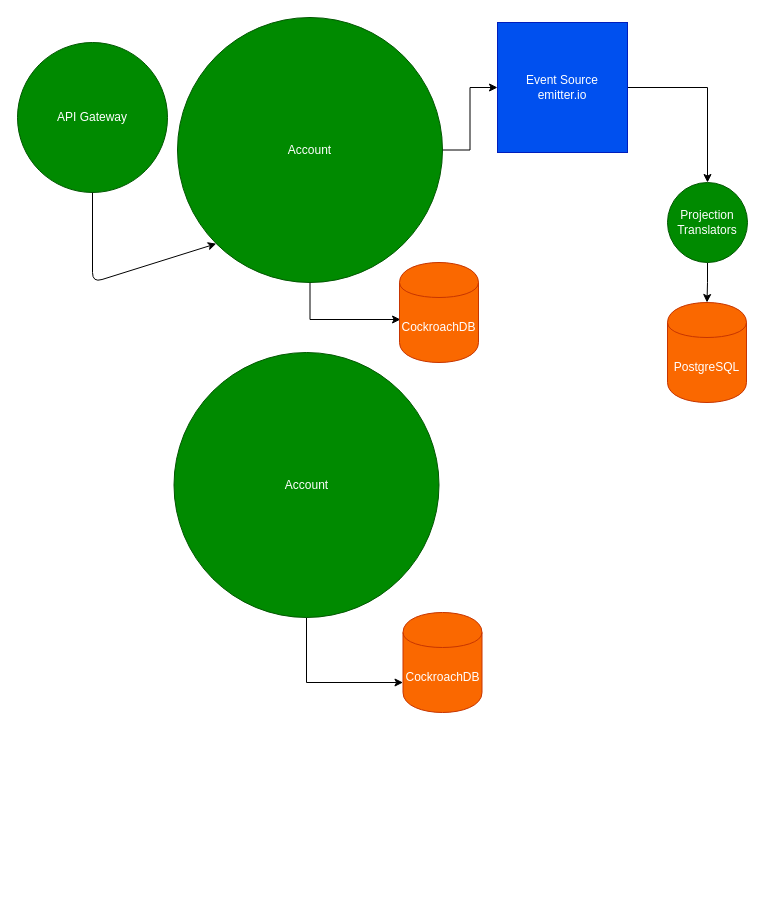
Above: Untitled Diagram.drawio in NarsilWorks-Inc/assorteddocs (draw.io), before the change. Source tidied: cells renumbered, new cells numbered last; positions are measured from the earlier drawing's top-left corner, leaving out a move shared by most shapes. Both pictures are drawn from the tidied source at 100%, with x=0, y=0 at pixel (17, 17).
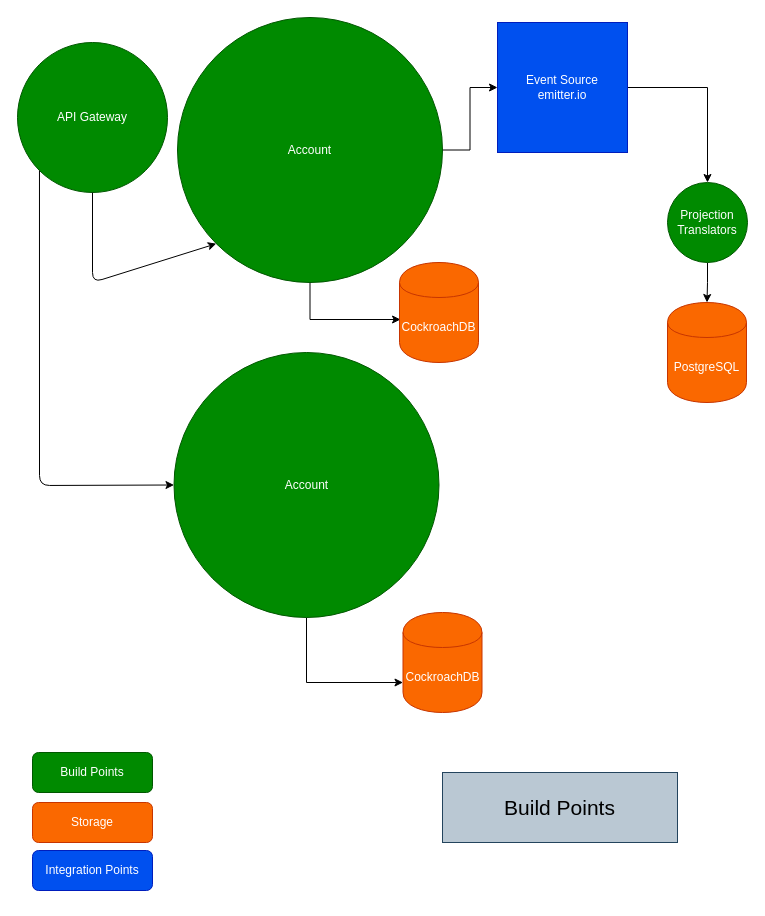
The same diagram, later.

Unchanged cells that the change refers to:
```xml
<mxCell id="5" value="API Gateway" style="ellipse;whiteSpace=wrap;html=1;fillColor=#008a00;strokeColor=#005700;fontColor=#ffffff;" parent="1" vertex="1">
  <mxGeometry y="25" width="150" height="150" as="geometry" />
</mxCell>
<mxCell id="14" value="Account" style="ellipse;whiteSpace=wrap;html=1;fillColor=#008a00;strokeColor=#005700;fontColor=#ffffff;" parent="1" vertex="1">
  <mxGeometry x="156.5" y="335" width="265" height="265" as="geometry" />
</mxCell>
```

The edit, as a diff of the source:
```diff
@@
+    <mxCell id="16" style="endArrow=classic;html=1;exitX=0;exitY=1;exitDx=0;exitDy=0;entryX=0;entryY=0.5;entryDx=0;entryDy=0;" parent="1" edge="1" source="5" target="14">
+      <mxGeometry relative="1" as="geometry">
+        <Array as="points">
+          <mxPoint x="22" y="468" />
+        </Array>
+      </mxGeometry>
+    </mxCell>
+    <mxCell id="17" value="Build Points" style="rounded=1;whiteSpace=wrap;html=1;fillColor=#008a00;strokeColor=#005700;fontColor=#ffffff;" parent="1" vertex="1">
+      <mxGeometry x="15" y="735" width="120" height="40" as="geometry" />
+    </mxCell>
+    <mxCell id="18" value="Storage" style="rounded=1;whiteSpace=wrap;html=1;fillColor=#fa6800;strokeColor=#C73500;fontColor=#ffffff;" parent="1" vertex="1">
+      <mxGeometry x="15" y="785" width="120" height="40" as="geometry" />
+    </mxCell>
+    <mxCell id="19" value="Integration Points" style="rounded=1;whiteSpace=wrap;html=1;fillColor=#0050ef;strokeColor=#001DBC;fontColor=#ffffff;" parent="1" vertex="1">
+      <mxGeometry x="15" y="833" width="120" height="40" as="geometry" />
+    </mxCell>
+    <mxCell id="20" style="edgeStyle=orthogonalEdgeStyle;rounded=0;orthogonalLoop=1;jettySize=auto;html=1;exitX=0.5;exitY=1;exitDx=0;exitDy=0;" parent="1" edge="1" source="19" target="19">
+      <mxGeometry relative="1" as="geometry" />
+    </mxCell>
+    <mxCell id="21" value="Build Points" style="text;html=1;strokeColor=#23445d;fillColor=#bac8d3;align=center;verticalAlign=middle;whiteSpace=wrap;rounded=0;fontFamily=Helvetica;fontSize=21;" parent="1" vertex="1">
+      <mxGeometry x="425" y="755" width="235" height="70" as="geometry" />
+    </mxCell>
```
